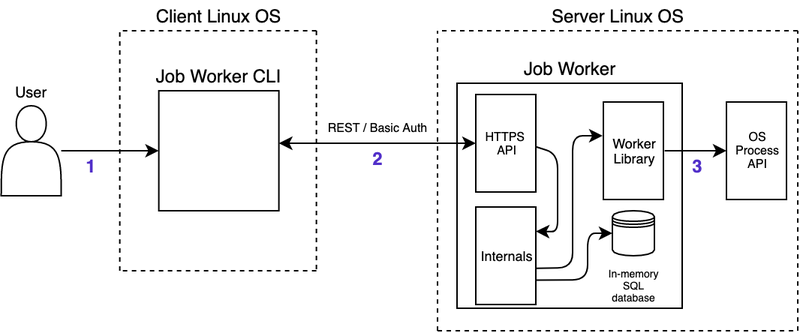
Before: assets/images/architecture.png, a diagram exported from draw.io (lucasbfernandes/job-worker). Source tidied: cells renumbered, new cells last; positions are measured from the earlier drawing's top-left corner, leaving out a move shared by most shapes.
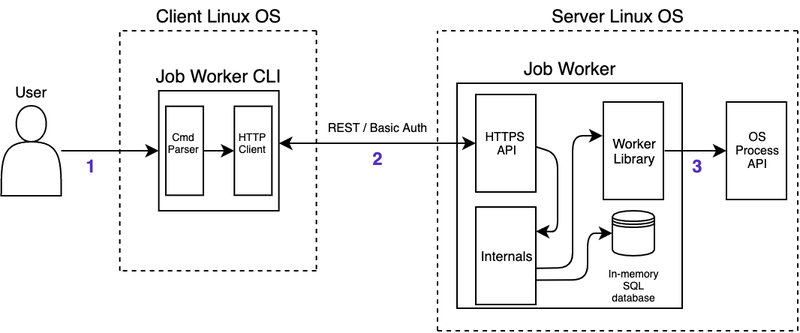
Later version of the same file.

Commit message:
Design document structure tentative

Diff of the diagram source:
```diff
@@ -155,5 +155,20 @@
     <mxCell id="37" value="3" style="text;html=1;align=center;verticalAlign=middle;strokeColor=none;fontSize=12;fontColor=#512fc9;fontStyle=1;" parent="1" vertex="1">
       <mxGeometry x="454" y="100" width="20" height="20" as="geometry" />
     </mxCell>
+    <mxCell id="38" style="rounded=0;whiteSpace=wrap;html=1;fontSize=10;rotation=-90;direction=east;fillColor=none;" parent="1" vertex="1">
+      <mxGeometry x="92.8" y="87.5" width="59.3" height="25" as="geometry" />
+    </mxCell>
+    <mxCell id="39" style="rounded=0;whiteSpace=wrap;html=1;fontSize=10;rotation=-90;direction=east;fillColor=none;" parent="1" vertex="1">
+      <mxGeometry x="138.5" y="87.5" width="59.3" height="25" as="geometry" />
+    </mxCell>
+    <mxCell id="40" style="endArrow=classic;html=1;fontSize=9;fontColor=#000000;strokeColor=#000000;entryX=0.5;entryY=0;entryDx=0;entryDy=0;exitX=0.5;exitY=1;exitDx=0;exitDy=0;" parent="1" edge="1" source="38" target="39">
+      <mxGeometry relative="1" as="geometry" />
+    </mxCell>
+    <mxCell id="41" value="Cmd&lt;br style=&quot;font-size: 7px&quot;&gt;Parser" style="text;html=1;strokeColor=none;fillColor=none;align=center;verticalAlign=middle;whiteSpace=wrap;rounded=0;labelBackgroundColor=none;fontSize=7;fontColor=#000000;" parent="1" vertex="1">
+      <mxGeometry x="102.5" y="85" width="40" height="20" as="geometry" />
+    </mxCell>
+    <mxCell id="42" value="HTTP&lt;br&gt;Client" style="text;html=1;strokeColor=none;fillColor=none;align=center;verticalAlign=middle;whiteSpace=wrap;rounded=0;labelBackgroundColor=none;fontSize=7;fontColor=#000000;" parent="1" vertex="1">
+      <mxGeometry x="148.2" y="85" width="40" height="20" as="geometry" />
+    </mxCell>
   </root>
 </mxGraphModel>
```
